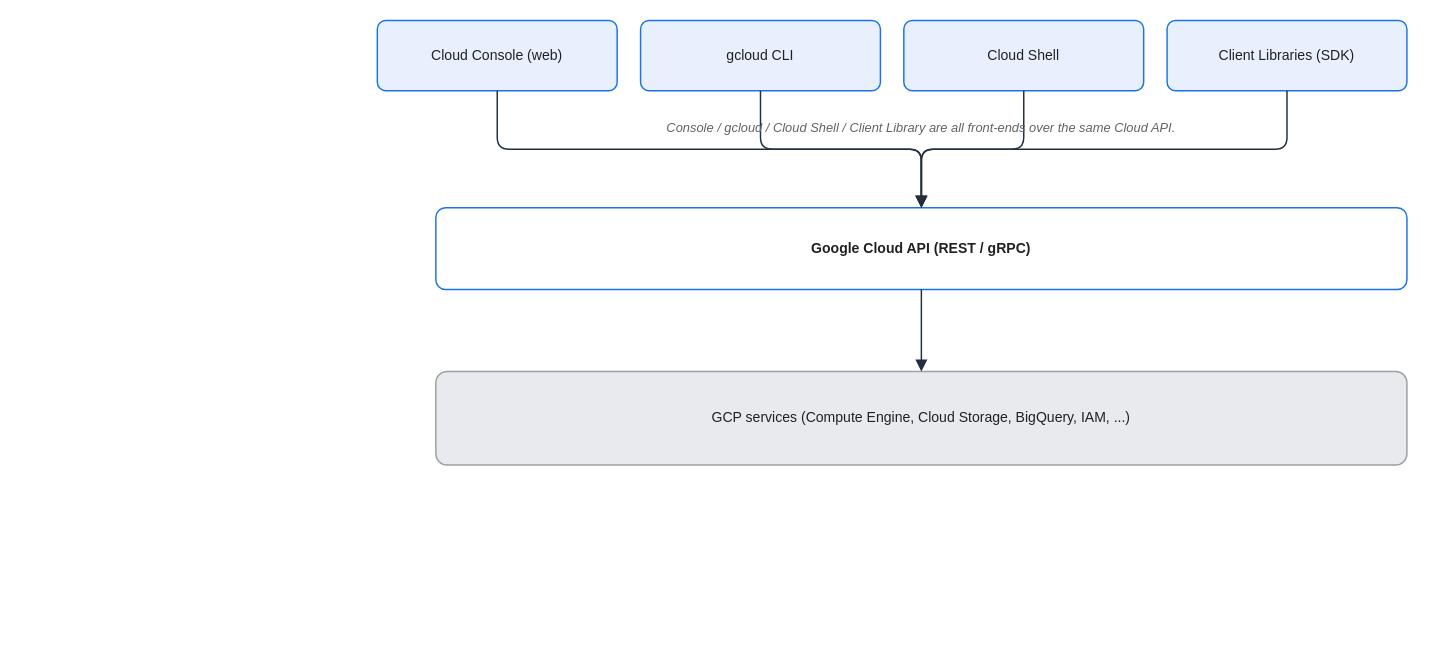
This is assets/img/gcp/gcp-access-stack.drawio from KKamJi98/kkamji98.github.io, a draw.io file, before an edit. Source tidied: cells renumbered, new cells numbered last; positions are measured from the earlier drawing's top-left corner, leaving out a move shared by most shapes. Both pictures are drawn from the tidied source at 117%, with x=0, y=0 at pixel (377, 20).
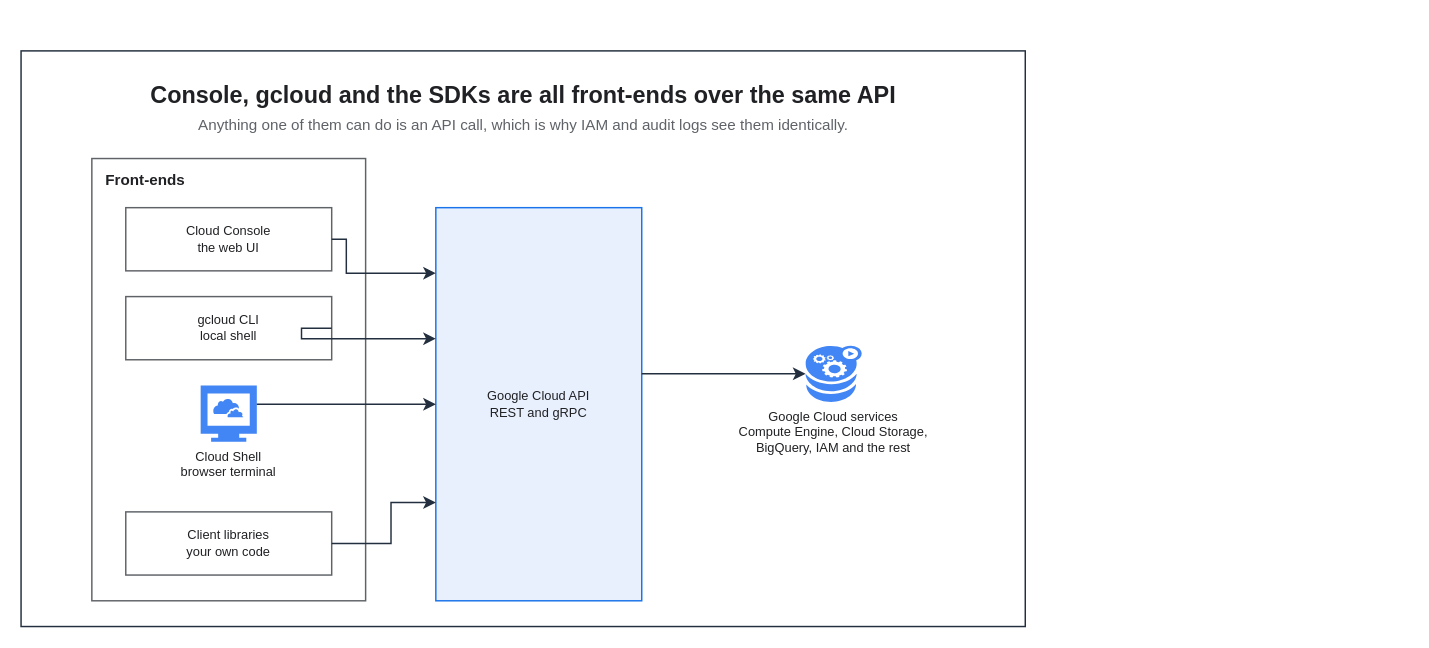
The same page after the edit.

The edit, as a diff of the source:
```diff
@@
-    <mxCell id="2" value="Cloud Console (web)" style="rounded=1;whiteSpace=wrap;html=0;arcSize=12;shadow=0;fillColor=#E8F0FE;strokeColor=#1A73E8;fontColor=#202124;strokeWidth=1.25;" parent="1" vertex="1">
-      <mxGeometry width="205" height="60" as="geometry" />
-    </mxCell>
-    <mxCell id="3" value="gcloud CLI" style="rounded=1;whiteSpace=wrap;html=0;arcSize=12;shadow=0;fillColor=#E8F0FE;strokeColor=#1A73E8;fontColor=#202124;strokeWidth=1.25;" parent="1" vertex="1">
-      <mxGeometry x="225" width="205" height="60" as="geometry" />
-    </mxCell>
-    <mxCell id="4" value="Cloud Shell" style="rounded=1;whiteSpace=wrap;html=0;arcSize=12;shadow=0;fillColor=#E8F0FE;strokeColor=#1A73E8;fontColor=#202124;strokeWidth=1.25;" parent="1" vertex="1">
-      <mxGeometry x="450" width="205" height="60" as="geometry" />
-    </mxCell>
-    <mxCell id="5" value="Client Libraries (SDK)" style="rounded=1;whiteSpace=wrap;html=0;arcSize=12;shadow=0;fillColor=#E8F0FE;strokeColor=#1A73E8;fontColor=#202124;strokeWidth=1.25;" parent="1" vertex="1">
-      <mxGeometry x="675" width="205" height="60" as="geometry" />
-    </mxCell>
+    <mxCell id="14" style="rounded=0;html=0;fillColor=none;strokeColor=#232F3E;fontColor=#202124;strokeWidth=1.25;" parent="1" vertex="1">
+      <mxGeometry x="-304.5" y="26" width="858.3" height="492" as="geometry" />
+    </mxCell>
+    <mxCell id="15" value="Console, gcloud and the SDKs are all front-ends over the same API" style="text;html=0;whiteSpace=wrap;fillColor=none;strokeColor=none;fontColor=#202124;fontSize=20;fontStyle=1;align=center;verticalAlign=middle;" parent="1" vertex="1">
+      <mxGeometry x="-282.5" y="48" width="814.3" height="30" as="geometry" />
+    </mxCell>
+    <mxCell id="16" value="Anything one of them can do is an API call, which is why IAM and audit logs see them identically." style="text;html=0;whiteSpace=wrap;fillColor=none;strokeColor=none;fontColor=#5F6368;fontSize=13;fontStyle=0;align=center;verticalAlign=middle;" parent="1" vertex="1">
+      <mxGeometry x="-282.5" y="78" width="814.3" height="22" as="geometry" />
+    </mxCell>
+    <mxCell id="17" value="Front-ends" style="rounded=0;whiteSpace=wrap;html=0;fillColor=none;strokeColor=#5F6368;fontColor=#202124;fontSize=13;fontStyle=1;align=left;verticalAlign=top;spacingLeft=10;spacingTop=4;strokeWidth=1.25;dashed=0;" parent="1" vertex="1">
+      <mxGeometry x="-244" y="118" width="234" height="378" as="geometry" />
+    </mxCell>
+    <mxCell id="18" value="Cloud Console&#10;the web UI" style="rounded=0;whiteSpace=wrap;html=0;fillColor=#FFFFFF;strokeColor=#5F6368;fontColor=#202124;fontSize=11;fontStyle=0;align=center;verticalAlign=middle;spacingLeft=6;spacingRight=6;strokeWidth=1.25;" parent="1" vertex="1">
+      <mxGeometry x="-215" y="160" width="176" height="54" as="geometry" />
+    </mxCell>
+    <mxCell id="19" value="gcloud CLI&#10;local shell" style="rounded=0;whiteSpace=wrap;html=0;fillColor=#FFFFFF;strokeColor=#5F6368;fontColor=#202124;fontSize=11;fontStyle=0;align=center;verticalAlign=middle;spacingLeft=6;spacingRight=6;strokeWidth=1.25;" parent="1" vertex="1">
+      <mxGeometry x="-215" y="236" width="176" height="54" as="geometry" />
+    </mxCell>
+    <mxCell id="20" value="Cloud Shell&#10;browser terminal" style="sketch=0;outlineConnect=0;gradientColor=none;html=0;whiteSpace=nowrap;fontSize=11;fontStyle=0;fontColor=#202124;verticalLabelPosition=bottom;verticalAlign=top;align=center;labelBackgroundColor=none;fillColor=#4285F4;strokeColor=none;dashed=0;shape=mxgraph.gcp2.cloud_computer;" parent="1" vertex="1">
+      <mxGeometry x="-151" y="312" width="48" height="48" as="geometry" />
+    </mxCell>
+    <mxCell id="21" value="Client libraries&#10;your own code" style="rounded=0;whiteSpace=wrap;html=0;fillColor=#FFFFFF;strokeColor=#5F6368;fontColor=#202124;fontSize=11;fontStyle=0;align=center;verticalAlign=middle;spacingLeft=6;spacingRight=6;strokeWidth=1.25;" parent="1" vertex="1">
+      <mxGeometry x="-215" y="420" width="176" height="54" as="geometry" />
+    </mxCell>
-    <mxCell id="6" value="Google Cloud API (REST / gRPC)" style="rounded=1;whiteSpace=wrap;html=0;arcSize=12;shadow=0;fillColor=#FFFFFF;strokeColor=#1A73E8;fontColor=#202124;fontStyle=1;strokeWidth=1.25;" parent="1" vertex="1">
-      <mxGeometry x="50" y="160" width="830" height="70" as="geometry" />
+    <mxCell id="6" value="Google Cloud API&#10;REST and gRPC" style="rounded=0;whiteSpace=wrap;html=0;fillColor=#E8F0FE;strokeColor=#1A73E8;fontColor=#202124;fontSize=11;fontStyle=0;align=center;verticalAlign=middle;spacingLeft=6;spacingRight=6;strokeWidth=1.25;" parent="1" vertex="1">
+      <mxGeometry x="50" y="160" width="176" height="336" as="geometry" />
     </mxCell>
-    <mxCell id="7" value="GCP services (Compute Engine, Cloud Storage, BigQuery, IAM, ...)" style="rounded=1;whiteSpace=wrap;html=0;arcSize=12;shadow=0;fillColor=#E8EAED;strokeColor=#9AA0A6;fontColor=#202124;strokeWidth=1.25;" parent="1" vertex="1">
-      <mxGeometry x="50" y="300" width="830" height="80" as="geometry" />
-    </mxCell>
-    <mxCell id="8" style="edgeStyle=orthogonalEdgeStyle;rounded=1;html=0;endArrow=block;strokeColor=#232F3E;strokeWidth=1.25;endSize=7;fontColor=#202124;" parent="1" edge="1" source="2" target="6">
-      <mxGeometry relative="1" as="geometry" />
-    </mxCell>
-    <mxCell id="9" style="edgeStyle=orthogonalEdgeStyle;rounded=1;html=0;endArrow=block;strokeColor=#232F3E;strokeWidth=1.25;endSize=7;fontColor=#202124;" parent="1" edge="1" source="3" target="6">
-      <mxGeometry relative="1" as="geometry" />
-    </mxCell>
-    <mxCell id="10" style="edgeStyle=orthogonalEdgeStyle;rounded=1;html=0;endArrow=block;strokeColor=#232F3E;strokeWidth=1.25;endSize=7;fontColor=#202124;" parent="1" edge="1" source="4" target="6">
-      <mxGeometry relative="1" as="geometry" />
-    </mxCell>
-    <mxCell id="11" style="edgeStyle=orthogonalEdgeStyle;rounded=1;html=0;endArrow=block;strokeColor=#232F3E;strokeWidth=1.25;endSize=7;fontColor=#202124;" parent="1" edge="1" source="5" target="6">
-      <mxGeometry relative="1" as="geometry" />
-    </mxCell>
-    <mxCell id="12" style="edgeStyle=orthogonalEdgeStyle;rounded=1;html=0;endArrow=block;strokeColor=#232F3E;fontColor=#202124;labelBackgroundColor=none;strokeWidth=1.25;endSize=7;" parent="1" edge="1" source="6" target="7">
-      <mxGeometry relative="1" as="geometry" />
-    </mxCell>
-    <mxCell id="13" value="Console / gcloud / Cloud Shell / Client Library are all front-ends over the same Cloud API." style="text;html=0;align=center;verticalAlign=middle;whiteSpace=wrap;fontSize=11;fontColor=#5F6368;fontStyle=2;" parent="1" vertex="1">
-      <mxGeometry x="50" y="80" width="830" height="24" as="geometry" />
-    </mxCell>
+    <mxCell id="22" value="Google Cloud services&#10;Compute Engine, Cloud Storage,&#10;BigQuery, IAM and the rest" style="sketch=0;outlineConnect=0;gradientColor=none;html=0;whiteSpace=nowrap;fontSize=11;fontStyle=0;fontColor=#202124;verticalLabelPosition=bottom;verticalAlign=top;align=center;labelBackgroundColor=none;fillColor=#4285F4;strokeColor=none;dashed=0;shape=mxgraph.gcp2.service;" parent="1" vertex="1">
+      <mxGeometry x="366" y="278" width="48" height="48" as="geometry" />
+    </mxCell>
+    <mxCell id="23" style="edgeStyle=orthogonalEdgeStyle;rounded=0;html=0;strokeColor=#232F3E;strokeWidth=1.25;endArrow=classic;endFill=1;endSize=7;fontSize=11;fontColor=#202124;labelBackgroundColor=none;jettySize=14;exitX=1;exitY=0.5;entryX=0;entryY=0.1667;exitDx=0;exitDy=0;entryDx=0;entryDy=0;" parent="1" edge="1" source="18" target="6">
+      <mxGeometry relative="1" as="geometry">
+        <Array as="points">
+          <mxPoint x="-26.5" y="187" />
+          <mxPoint x="-26.5" y="216" />
+        </Array>
+      </mxGeometry>
+    </mxCell>
+    <mxCell id="24" style="edgeStyle=orthogonalEdgeStyle;rounded=0;html=0;strokeColor=#232F3E;strokeWidth=1.25;endArrow=classic;endFill=1;endSize=7;fontSize=11;fontColor=#202124;labelBackgroundColor=none;jettySize=14;exitX=1;exitY=0.5;entryX=0;entryY=0.3333;exitDx=0;exitDy=0;entryDx=0;entryDy=0;" parent="1" edge="1" source="19" target="6">
+      <mxGeometry relative="1" as="geometry">
+        <Array as="points">
+          <mxPoint x="-64.8" y="263" />
+          <mxPoint x="-64.8" y="272" />
+        </Array>
+      </mxGeometry>
+    </mxCell>
+    <mxCell id="25" style="edgeStyle=orthogonalEdgeStyle;rounded=0;html=0;strokeColor=#232F3E;strokeWidth=1.25;endArrow=classic;endFill=1;endSize=7;fontSize=11;fontColor=#202124;labelBackgroundColor=none;jettySize=14;exitX=1;exitY=0.3333;entryX=0;entryY=0.5;exitDx=0;exitDy=0;entryDx=0;entryDy=0;" parent="1" edge="1" source="20" target="6">
+      <mxGeometry relative="1" as="geometry" />
+    </mxCell>
+    <mxCell id="26" style="edgeStyle=orthogonalEdgeStyle;rounded=0;html=0;strokeColor=#232F3E;strokeWidth=1.25;endArrow=classic;endFill=1;endSize=7;fontSize=11;fontColor=#202124;labelBackgroundColor=none;jettySize=14;exitX=1;exitY=0.5;entryX=0;entryY=0.75;exitDx=0;exitDy=0;entryDx=0;entryDy=0;" parent="1" edge="1" source="21" target="6">
+      <mxGeometry relative="1" as="geometry">
+        <Array as="points">
+          <mxPoint x="11.7" y="447" />
+          <mxPoint x="11.7" y="412" />
+        </Array>
+      </mxGeometry>
+    </mxCell>
+    <mxCell id="27" style="edgeStyle=orthogonalEdgeStyle;rounded=0;html=0;strokeColor=#232F3E;strokeWidth=1.25;endArrow=classic;endFill=1;endSize=7;fontSize=11;fontColor=#202124;labelBackgroundColor=none;jettySize=14;exitX=1;exitY=0.4226;entryX=0;entryY=0.5;exitDx=0;exitDy=0;entryDx=0;entryDy=0;" parent="1" edge="1" source="6" target="22">
+      <mxGeometry relative="1" as="geometry" />
+    </mxCell>
```
